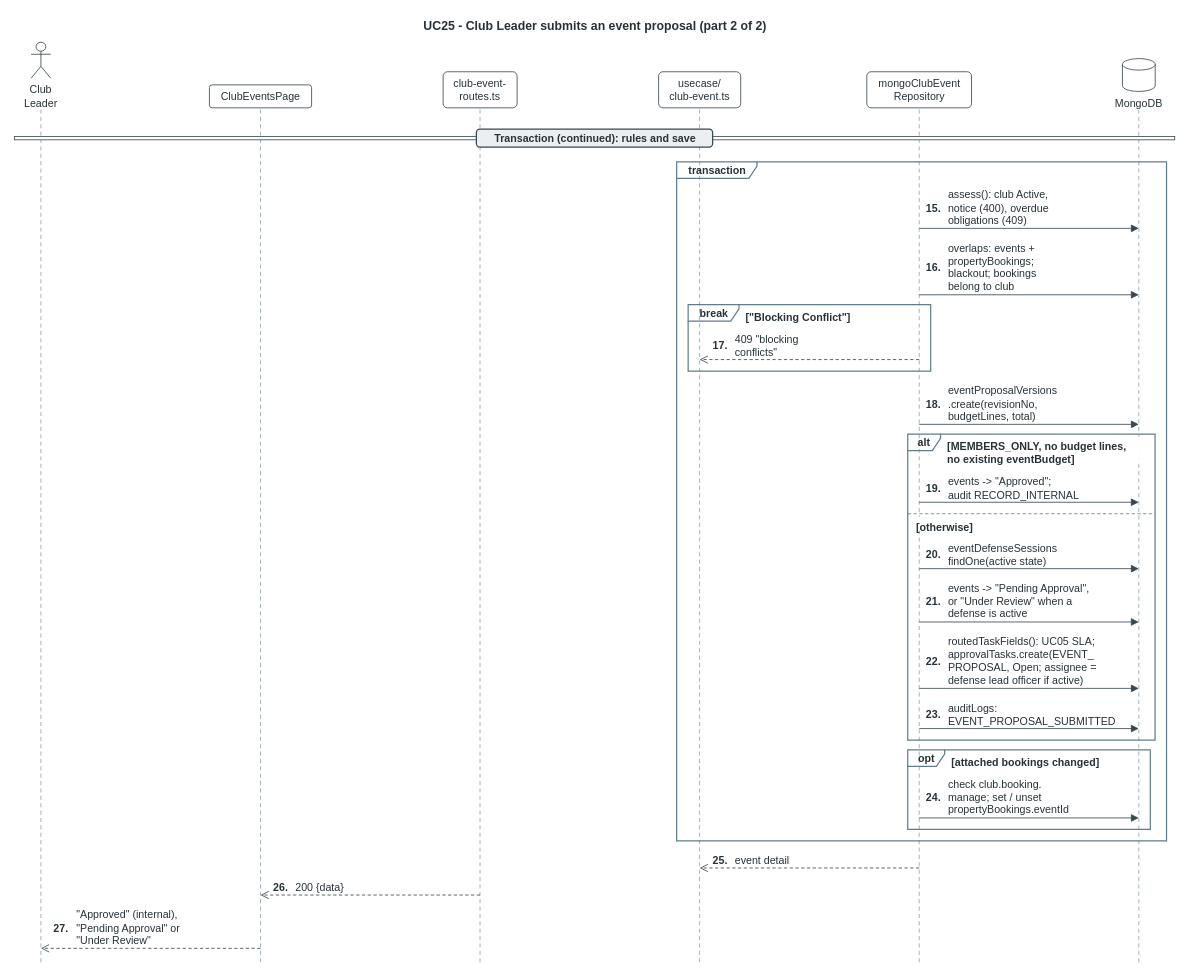
The draw.io diagram page "05 Submit event proposal (2/2)" (12 of 20) of docs/03-diagrams/UCMS_Sequence_Diagrams.drawio in nvdekay/ClubManagementSystem, before the edit. Source tidied: cells renumbered, new cells numbered last; positions are measured from the earlier drawing's top-left corner, leaving out a move shared by most shapes. Both pictures are drawn from the tidied source at 82%, with x=0, y=0 at pixel (14, 14).
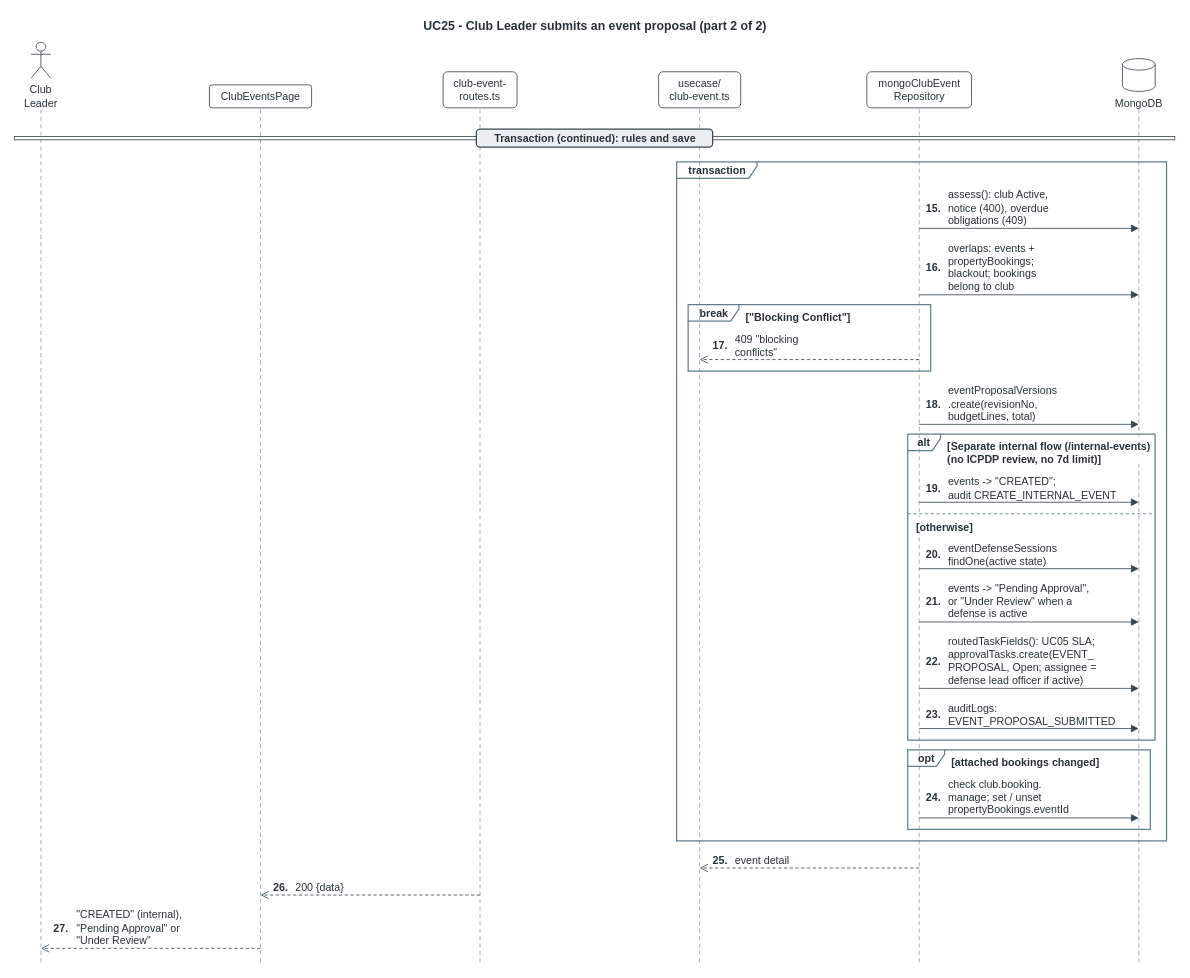
The same page after the edit.

Commit message (it also covers changes not shown here):
docs(diagrams): update event lifecycle and internal club event diagrams

Diff of the diagram source:
```diff
@@
-    <mxCell id="15" value="[MEMBERS_ONLY, no budget lines,&lt;br&gt;no existing eventBudget]" style="text;html=1;align=left;verticalAlign=top;spacing=0;whiteSpace=nowrap;fontFamily=Arial;fontSize=13;fontColor=#263238;fontStyle=1;fillColor=#FFFFFF;" parent="1" vertex="1">
+    <mxCell id="15" value="[Separate internal flow (/internal-events)&lt;br&gt;(no ICPDP review, no 7d limit)]" style="text;html=1;align=left;verticalAlign=top;spacing=0;whiteSpace=nowrap;fontFamily=Arial;fontSize=13;fontColor=#263238;fontStyle=1;fillColor=#FFFFFF;" parent="1" vertex="1">
       <mxGeometry x="1137.5" y="515" width="235" height="32" as="geometry" />
     </mxCell>
@@
-    <mxCell id="39" value="events -&amp;gt; &quot;Approved&quot;;&lt;br&gt;audit RECORD_INTERNAL" style="text;html=1;align=left;verticalAlign=top;spacing=0;whiteSpace=nowrap;fontFamily=Arial;fontSize=13;fontColor=#263238;fillColor=#FFFFFF;" parent="1" vertex="1">
+    <mxCell id="39" value="events -&amp;gt; &quot;CREATED&quot;;&lt;br&gt;audit CREATE_INTERNAL_EVENT" style="text;html=1;align=left;verticalAlign=top;spacing=0;whiteSpace=nowrap;fontFamily=Arial;fontSize=13;fontColor=#263238;fillColor=#FFFFFF;" parent="1" vertex="1">
       <mxGeometry x="1138.6" y="558" width="171.2" height="32" as="geometry" />
     </mxCell>
@@
-    <mxCell id="63" value="&quot;Approved&quot; (internal),&lt;br&gt;&quot;Pending Approval&quot; or&lt;br&gt;&quot;Under Review&quot;" style="text;html=1;align=left;verticalAlign=top;spacing=0;whiteSpace=nowrap;fontFamily=Arial;fontSize=13;fontColor=#263238;fillColor=#FFFFFF;" parent="1" vertex="1">
+    <mxCell id="63" value="&quot;CREATED&quot; (internal),&lt;br&gt;&quot;Pending Approval&quot; or&lt;br&gt;&quot;Under Review&quot;" style="text;html=1;align=left;verticalAlign=top;spacing=0;whiteSpace=nowrap;fontFamily=Arial;fontSize=13;fontColor=#263238;fillColor=#FFFFFF;" parent="1" vertex="1">
       <mxGeometry x="75.5" y="1086" width="160" height="48" as="geometry" />
     </mxCell>
```
